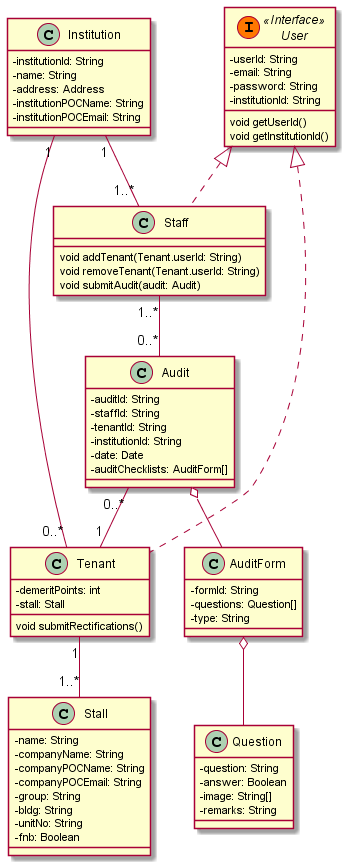
Earlier version of the PlantUML export docs/uml/Class_Diagram.png (thespacemanatee/SingHealth-App).
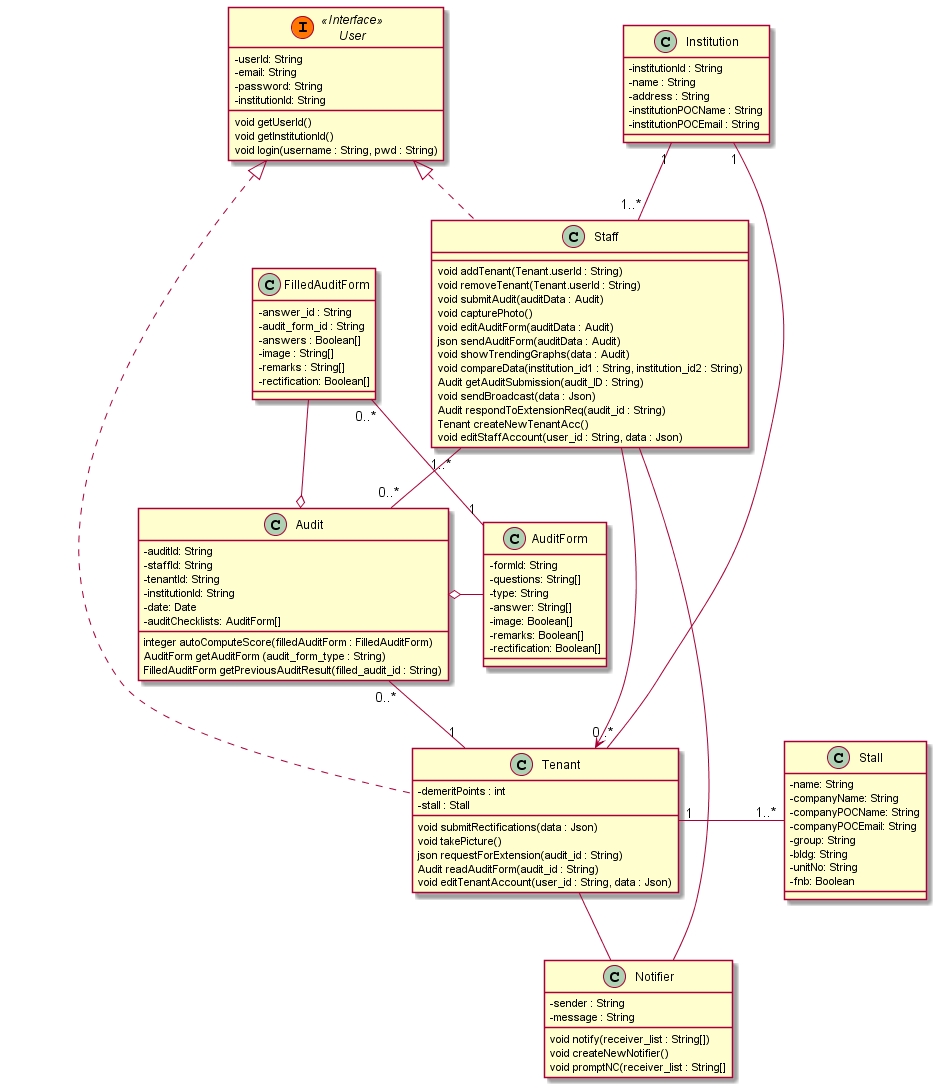
Above is the later version.

Commit message:
Edited Class Diagram

What changed in the source:
```diff
@@ -1,6 +1,4 @@
 @startuml
-
-
 
 Institution "1"-down-"0..*" Tenant
 Institution "1"--"1..*" Staff
@@ -10,19 +8,23 @@
 User <|.. Staff
 User <|.. Tenant
 
-Tenant "1"-- "1..*" Stall
+Staff -- Notifier
+Tenant -- Notifier
+Tenant "1"-right- "1..*" Stall
 
 Staff "1..*"--"0..*" Audit
-Audit o-- AuditForm
+Audit o-right- AuditForm
 Audit "0..*"--"1" Tenant
-AuditForm o-- Question
+FilledAuditForm "0..*"--"1" AuditForm
+FilledAuditForm --o Audit
+Staff --> Tenant
 
 class Institution {
-	-institutionId: String
-	-name: String
-	-address: Address
-	-institutionPOCName: String
-	-institutionPOCEmail: String
+	-institutionId : String
+	-name : String
+	-address : String
+	-institutionPOCName : String
+	-institutionPOCEmail : String
 }
 
 skinparam classAttributeIconSize 0
@@ -33,19 +35,41 @@
 	-institutionId: String
 	void getUserId()
 	void getInstitutionId()
+	void login(username : String, pwd : String)
 }
 
 class Staff {
-	void addTenant(Tenant.userId: String)
-	void removeTenant(Tenant.userId: String)
-	void submitAudit(audit: Audit)
+	void addTenant(Tenant.userId : String)
+	void removeTenant(Tenant.userId : String)
+	void submitAudit(auditData : Audit)
+	void capturePhoto()
+	void editAuditForm(auditData : Audit)
+	json sendAuditForm(auditData : Audit)
+	void showTrendingGraphs(data : Audit)
+	void compareData(institution_id1 : String, institution_id2 : String)
+	Audit getAuditSubmission(audit_ID : String)
+	void sendBroadcast(data : Json)
+	Audit respondToExtensionReq(audit_id : String)
+	Tenant createNewTenantAcc()
+	void editStaffAccount(user_id : String, data : Json)
+}
+
+class Notifier {
+	-sender : String
+	-message : String
+	void notify(receiver_list : String[])
+	void createNewNotifier()
+	void promptNC(receiver_list : String[]
 }
 
 class Tenant {
-	-demeritPoints: int
-	-stall: Stall
-	void submitRectifications()
-
+	-demeritPoints : int
+	-stall : Stall
+	void submitRectifications(data : Json)
+	void takePicture()
+	json requestForExtension(audit_id : String)
+	Audit readAuditForm(audit_id : String)
+	void editTenantAccount(user_id : String, data : Json)
 }
 
 class Stall {
@@ -66,20 +90,30 @@
 	-institutionId: String
 	-date: Date
 	-auditChecklists: AuditForm[]
-
+	integer autoComputeScore(filledAuditForm : FilledAuditForm)
+	AuditForm getAuditForm (audit_form_type : String)
+	FilledAuditForm getPreviousAuditResult(filled_audit_id : String)
 }
 
 class AuditForm {
 	-formId: String
-	-questions: Question[]
+	-questions: String[]
 	-type: String
+	-answer: String[]
+	-image: Boolean[]
+	-remarks: Boolean[]
+	-rectification: Boolean[]
 }
 
-class Question {
-	-question: String
-	-answer: Boolean
-	-image: String[]
-	-remarks: String
+
+class FilledAuditForm{
+	-answer_id : String
+	-audit_form_id : String
+	-answers : Boolean[]
+	-image : String[]
+	-remarks : String[]
+	-rectification: Boolean[]
+
 }
 
 
```
